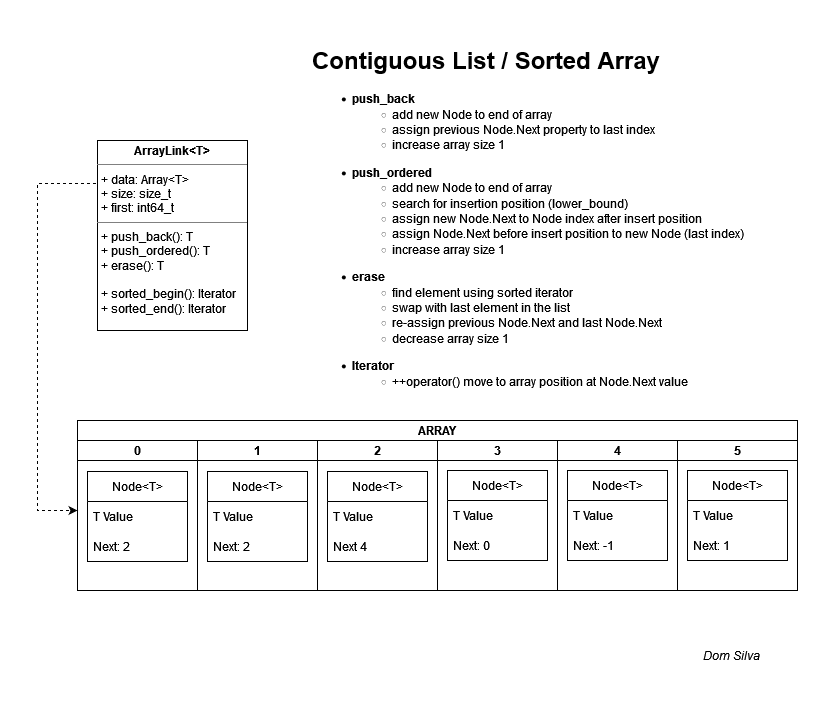
The draw.io diagram images/LinkArray.png in domGitDev/link-array, before a commit. Source tidied: cells renumbered, new cells last; positions are measured from the earlier drawing's top-left corner, leaving out a move shared by most shapes. Its diagram source:
```xml
<mxGraphModel>
  <root>
    <mxCell id="0" />
    <mxCell id="1" parent="0" />
    <mxCell id="2" value="ARRAY" style="swimlane;startSize=20;" parent="1" vertex="1">
      <mxGeometry x="40" y="380" width="720" height="170" as="geometry" />
    </mxCell>
    <mxCell id="3" value="0" style="swimlane;startSize=20;" parent="2" vertex="1">
      <mxGeometry y="20" width="120" height="150" as="geometry" />
    </mxCell>
    <mxCell id="4" value="Node&lt;T&gt;" style="swimlane;fontStyle=0;horizontal=1;startSize=30;" parent="3" vertex="1">
      <mxGeometry x="10" y="31" width="100" height="90" as="geometry" />
    </mxCell>
    <mxCell id="5" value="T Value" style="text;strokeColor=none;fillColor=none;align=left;verticalAlign=middle;spacingLeft=4;spacingRight=4;overflow=hidden;" parent="4" vertex="1">
      <mxGeometry y="30" width="100" height="30" as="geometry" />
    </mxCell>
    <mxCell id="6" value="Next: 2" style="text;strokeColor=none;fillColor=none;align=left;verticalAlign=middle;spacingLeft=4;spacingRight=4;overflow=hidden;" parent="4" vertex="1">
      <mxGeometry y="60" width="100" height="30" as="geometry" />
    </mxCell>
    <mxCell id="7" value="1" style="swimlane;startSize=20;" parent="2" vertex="1">
      <mxGeometry x="120" y="20" width="120" height="150" as="geometry" />
    </mxCell>
    <mxCell id="8" value="Node&lt;T&gt;" style="swimlane;fontStyle=0;horizontal=1;startSize=30;" parent="7" vertex="1">
      <mxGeometry x="10" y="31" width="100" height="90" as="geometry" />
    </mxCell>
    <mxCell id="9" value="T Value" style="text;strokeColor=none;fillColor=none;align=left;verticalAlign=middle;spacingLeft=4;spacingRight=4;overflow=hidden;" parent="8" vertex="1">
      <mxGeometry y="30" width="100" height="30" as="geometry" />
    </mxCell>
    <mxCell id="10" value="Next: 2" style="text;strokeColor=none;fillColor=none;align=left;verticalAlign=middle;spacingLeft=4;spacingRight=4;overflow=hidden;" parent="8" vertex="1">
      <mxGeometry y="60" width="100" height="30" as="geometry" />
    </mxCell>
    <mxCell id="11" value="2" style="swimlane;startSize=20;" parent="2" vertex="1">
      <mxGeometry x="240" y="20" width="120" height="150" as="geometry" />
    </mxCell>
    <mxCell id="12" value="Node&lt;T&gt;" style="swimlane;fontStyle=0;horizontal=1;startSize=30;" parent="11" vertex="1">
      <mxGeometry x="10" y="31" width="100" height="90" as="geometry" />
    </mxCell>
    <mxCell id="13" value="T Value" style="text;strokeColor=none;fillColor=none;align=left;verticalAlign=middle;spacingLeft=4;spacingRight=4;overflow=hidden;" parent="12" vertex="1">
      <mxGeometry y="30" width="100" height="30" as="geometry" />
    </mxCell>
    <mxCell id="14" value="Next 4" style="text;strokeColor=none;fillColor=none;align=left;verticalAlign=middle;spacingLeft=4;spacingRight=4;overflow=hidden;" parent="12" vertex="1">
      <mxGeometry y="60" width="100" height="30" as="geometry" />
    </mxCell>
    <mxCell id="15" value="3" style="swimlane;startSize=20;" parent="2" vertex="1">
      <mxGeometry x="360" y="20" width="120" height="150" as="geometry" />
    </mxCell>
    <mxCell id="16" value="Node&lt;T&gt;" style="swimlane;fontStyle=0;horizontal=1;startSize=30;" parent="15" vertex="1">
      <mxGeometry x="10" y="30" width="100" height="90" as="geometry" />
    </mxCell>
    <mxCell id="17" value="T Value" style="text;strokeColor=none;fillColor=none;align=left;verticalAlign=middle;spacingLeft=4;spacingRight=4;overflow=hidden;" parent="16" vertex="1">
      <mxGeometry y="30" width="100" height="30" as="geometry" />
    </mxCell>
    <mxCell id="18" value="Next: 0" style="text;strokeColor=none;fillColor=none;align=left;verticalAlign=middle;spacingLeft=4;spacingRight=4;overflow=hidden;" parent="16" vertex="1">
      <mxGeometry y="60" width="100" height="30" as="geometry" />
    </mxCell>
    <mxCell id="19" value="4" style="swimlane;startSize=20;" parent="2" vertex="1">
      <mxGeometry x="480" y="20" width="120" height="150" as="geometry" />
    </mxCell>
    <mxCell id="20" value="Node&lt;T&gt;" style="swimlane;fontStyle=0;horizontal=1;startSize=30;" parent="19" vertex="1">
      <mxGeometry x="10" y="30" width="100" height="90" as="geometry" />
    </mxCell>
    <mxCell id="21" value="T Value" style="text;strokeColor=none;fillColor=none;align=left;verticalAlign=middle;spacingLeft=4;spacingRight=4;overflow=hidden;" parent="20" vertex="1">
      <mxGeometry y="30" width="100" height="30" as="geometry" />
    </mxCell>
    <mxCell id="22" value="Next: -1" style="text;strokeColor=none;fillColor=none;align=left;verticalAlign=middle;spacingLeft=4;spacingRight=4;overflow=hidden;" parent="20" vertex="1">
      <mxGeometry y="60" width="100" height="30" as="geometry" />
    </mxCell>
    <mxCell id="23" value="5" style="swimlane;startSize=20;" parent="2" vertex="1">
      <mxGeometry x="600" y="20" width="120" height="150" as="geometry" />
    </mxCell>
    <mxCell id="24" value="Node&lt;T&gt;" style="swimlane;fontStyle=0;horizontal=1;startSize=30;" parent="23" vertex="1">
      <mxGeometry x="10" y="30" width="100" height="90" as="geometry" />
    </mxCell>
    <mxCell id="25" value="T Value" style="text;strokeColor=none;fillColor=none;align=left;verticalAlign=middle;spacingLeft=4;spacingRight=4;overflow=hidden;" parent="24" vertex="1">
      <mxGeometry y="30" width="100" height="30" as="geometry" />
    </mxCell>
    <mxCell id="26" value="Next: 1" style="text;strokeColor=none;fillColor=none;align=left;verticalAlign=middle;spacingLeft=4;spacingRight=4;overflow=hidden;" parent="24" vertex="1">
      <mxGeometry y="60" width="100" height="30" as="geometry" />
    </mxCell>
    <mxCell id="27" style="edgeStyle=orthogonalEdgeStyle;rounded=0;jettySize=auto;html=1;exitX=0;exitY=0.25;exitDx=0;exitDy=0;dashed=1;" parent="1" edge="1" source="28">
      <mxGeometry relative="1" as="geometry">
        <mxPoint x="40" y="470" as="targetPoint" />
        <Array as="points">
          <mxPoint x="60" y="143" />
          <mxPoint y="143" />
          <mxPoint y="470" />
        </Array>
      </mxGeometry>
    </mxCell>
    <mxCell id="28" value="&lt;p style=&quot;margin: 0px ; margin-top: 4px ; text-align: center&quot;&gt;&lt;b&gt;ArrayLink&amp;lt;T&amp;gt;&lt;br&gt;&lt;/b&gt;&lt;/p&gt;&lt;hr size=&quot;1&quot;&gt;&lt;p style=&quot;margin: 0px ; margin-left: 4px&quot;&gt;+ data: Array&amp;lt;T&amp;gt;&lt;/p&gt;&lt;p style=&quot;margin: 0px ; margin-left: 4px&quot;&gt;+ size: size_t&lt;br&gt;&lt;/p&gt;&lt;p style=&quot;margin: 0px ; margin-left: 4px&quot;&gt;+ first: int64_t&lt;br&gt;&lt;/p&gt;&lt;hr size=&quot;1&quot;&gt;&lt;p style=&quot;margin: 0px ; margin-left: 4px&quot;&gt;+ push_back(): T&lt;/p&gt;&lt;p style=&quot;margin: 0px ; margin-left: 4px&quot;&gt;+ push_ordered(): T&lt;/p&gt;&lt;p style=&quot;margin: 0px ; margin-left: 4px&quot;&gt;+ erase(): T&lt;/p&gt;&lt;p style=&quot;margin: 0px ; margin-left: 4px&quot;&gt;&lt;br&gt;&lt;/p&gt;&lt;p style=&quot;margin: 0px ; margin-left: 4px&quot;&gt;+ sorted_begin(): Iterator&lt;/p&gt;&lt;p style=&quot;margin: 0px ; margin-left: 4px&quot;&gt;+ sorted_end(): Iterator&lt;/p&gt;&lt;p style=&quot;margin: 0px ; margin-left: 4px&quot;&gt;&lt;br&gt;&lt;/p&gt;&lt;p style=&quot;margin: 0px ; margin-left: 4px&quot;&gt;&lt;br&gt;&lt;/p&gt;" style="verticalAlign=top;align=left;overflow=fill;fontSize=12;fontFamily=Helvetica;html=1;" parent="1" vertex="1">
      <mxGeometry x="60" y="100" width="150" height="190" as="geometry" />
    </mxCell>
    <mxCell id="29" value="&lt;h1&gt;Contiguous List / Sorted Array&lt;br&gt;&lt;/h1&gt;&lt;ul&gt;&lt;li&gt;&lt;b&gt;push_back &lt;/b&gt;&lt;br&gt;&lt;/li&gt;&lt;ul&gt;&lt;li&gt;add new Node to end of array&lt;/li&gt;&lt;li&gt;assign previous Node.Next property to last index&lt;/li&gt;&lt;li&gt;increase array size 1&lt;/li&gt;&lt;/ul&gt;&lt;/ul&gt;&lt;ul&gt;&lt;li&gt;&lt;b&gt;push_ordered&lt;/b&gt; &lt;br&gt;&lt;/li&gt;&lt;ul&gt;&lt;li&gt;add new Node to end of array&lt;/li&gt;&lt;li&gt;search for insertion position (lower_bound)&lt;/li&gt;&lt;li&gt;assign new Node.Next to Node index after insert position&lt;br&gt;&lt;/li&gt;&lt;li&gt;assign Node.Next before insert position to new Node (last index)&lt;/li&gt;&lt;li&gt;increase array size 1&lt;/li&gt;&lt;/ul&gt;&lt;/ul&gt;&lt;ul&gt;&lt;li&gt;&lt;b&gt;erase&lt;/b&gt;&lt;/li&gt;&lt;ul&gt;&lt;li&gt;find element using sorted iterator&lt;/li&gt;&lt;li&gt;swap with last element in the list&lt;/li&gt;&lt;li&gt;re-assign previous Node.Next and last Node.Next&lt;/li&gt;&lt;li&gt;decrease array size 1&lt;br&gt;&lt;/li&gt;&lt;/ul&gt;&lt;/ul&gt;&lt;ul&gt;&lt;li&gt;&lt;b&gt;Iterator&lt;/b&gt;&lt;/li&gt;&lt;ul&gt;&lt;li&gt;++operator() move to array position at Node.Next value&lt;br&gt;&lt;/li&gt;&lt;/ul&gt;&lt;/ul&gt;" style="text;html=1;strokeColor=none;fillColor=none;spacing=5;spacingTop=-20;whiteSpace=wrap;overflow=hidden;rounded=0;" parent="1" vertex="1">
      <mxGeometry x="270" width="490" height="350" as="geometry" />
    </mxCell>
    <mxCell id="30" value="Dom Silva" style="text;strokeColor=none;fillColor=none;align=left;verticalAlign=middle;spacingLeft=4;spacingRight=4;overflow=hidden;fontStyle=2;" parent="1" vertex="1">
      <mxGeometry x="660" y="600" width="80" height="30" as="geometry" />
    </mxCell>
  </root>
</mxGraphModel>
```
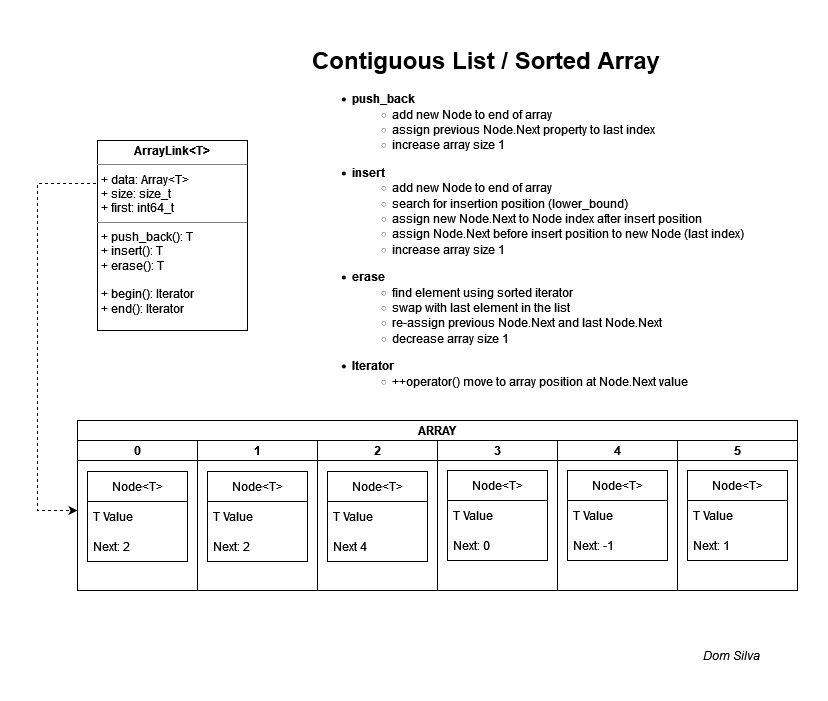
After the change.

Change to the diagram source:
```diff
@@ -87,10 +87,10 @@
         </Array>
       </mxGeometry>
     </mxCell>
-    <mxCell id="28" value="&lt;p style=&quot;margin: 0px ; margin-top: 4px ; text-align: center&quot;&gt;&lt;b&gt;ArrayLink&amp;lt;T&amp;gt;&lt;br&gt;&lt;/b&gt;&lt;/p&gt;&lt;hr size=&quot;1&quot;&gt;&lt;p style=&quot;margin: 0px ; margin-left: 4px&quot;&gt;+ data: Array&amp;lt;T&amp;gt;&lt;/p&gt;&lt;p style=&quot;margin: 0px ; margin-left: 4px&quot;&gt;+ size: size_t&lt;br&gt;&lt;/p&gt;&lt;p style=&quot;margin: 0px ; margin-left: 4px&quot;&gt;+ first: int64_t&lt;br&gt;&lt;/p&gt;&lt;hr size=&quot;1&quot;&gt;&lt;p style=&quot;margin: 0px ; margin-left: 4px&quot;&gt;+ push_back(): T&lt;/p&gt;&lt;p style=&quot;margin: 0px ; margin-left: 4px&quot;&gt;+ push_ordered(): T&lt;/p&gt;&lt;p style=&quot;margin: 0px ; margin-left: 4px&quot;&gt;+ erase(): T&lt;/p&gt;&lt;p style=&quot;margin: 0px ; margin-left: 4px&quot;&gt;&lt;br&gt;&lt;/p&gt;&lt;p style=&quot;margin: 0px ; margin-left: 4px&quot;&gt;+ sorted_begin(): Iterator&lt;/p&gt;&lt;p style=&quot;margin: 0px ; margin-left: 4px&quot;&gt;+ sorted_end(): Iterator&lt;/p&gt;&lt;p style=&quot;margin: 0px ; margin-left: 4px&quot;&gt;&lt;br&gt;&lt;/p&gt;&lt;p style=&quot;margin: 0px ; margin-left: 4px&quot;&gt;&lt;br&gt;&lt;/p&gt;" style="verticalAlign=top;align=left;overflow=fill;fontSize=12;fontFamily=Helvetica;html=1;" parent="1" vertex="1">
+    <mxCell id="28" value="&lt;p style=&quot;margin: 0px ; margin-top: 4px ; text-align: center&quot;&gt;&lt;b&gt;ArrayLink&amp;lt;T&amp;gt;&lt;br&gt;&lt;/b&gt;&lt;/p&gt;&lt;hr size=&quot;1&quot;&gt;&lt;p style=&quot;margin: 0px ; margin-left: 4px&quot;&gt;+ data: Array&amp;lt;T&amp;gt;&lt;/p&gt;&lt;p style=&quot;margin: 0px ; margin-left: 4px&quot;&gt;+ size: size_t&lt;br&gt;&lt;/p&gt;&lt;p style=&quot;margin: 0px ; margin-left: 4px&quot;&gt;+ first: int64_t&lt;br&gt;&lt;/p&gt;&lt;hr size=&quot;1&quot;&gt;&lt;p style=&quot;margin: 0px ; margin-left: 4px&quot;&gt;+ push_back(): T&lt;/p&gt;&lt;p style=&quot;margin: 0px ; margin-left: 4px&quot;&gt;+ insert(): T&lt;/p&gt;&lt;p style=&quot;margin: 0px ; margin-left: 4px&quot;&gt;+ erase(): T&lt;/p&gt;&lt;p style=&quot;margin: 0px ; margin-left: 4px&quot;&gt;&lt;br&gt;&lt;/p&gt;&lt;p style=&quot;margin: 0px ; margin-left: 4px&quot;&gt;+ begin(): Iterator&lt;/p&gt;&lt;p style=&quot;margin: 0px ; margin-left: 4px&quot;&gt;+ end(): Iterator&lt;/p&gt;&lt;p style=&quot;margin: 0px ; margin-left: 4px&quot;&gt;&lt;br&gt;&lt;/p&gt;&lt;p style=&quot;margin: 0px ; margin-left: 4px&quot;&gt;&lt;br&gt;&lt;/p&gt;" style="verticalAlign=top;align=left;overflow=fill;fontSize=12;fontFamily=Helvetica;html=1;" parent="1" vertex="1">
       <mxGeometry x="60" y="100" width="150" height="190" as="geometry" />
     </mxCell>
-    <mxCell id="29" value="&lt;h1&gt;Contiguous List / Sorted Array&lt;br&gt;&lt;/h1&gt;&lt;ul&gt;&lt;li&gt;&lt;b&gt;push_back &lt;/b&gt;&lt;br&gt;&lt;/li&gt;&lt;ul&gt;&lt;li&gt;add new Node to end of array&lt;/li&gt;&lt;li&gt;assign previous Node.Next property to last index&lt;/li&gt;&lt;li&gt;increase array size 1&lt;/li&gt;&lt;/ul&gt;&lt;/ul&gt;&lt;ul&gt;&lt;li&gt;&lt;b&gt;push_ordered&lt;/b&gt; &lt;br&gt;&lt;/li&gt;&lt;ul&gt;&lt;li&gt;add new Node to end of array&lt;/li&gt;&lt;li&gt;search for insertion position (lower_bound)&lt;/li&gt;&lt;li&gt;assign new Node.Next to Node index after insert position&lt;br&gt;&lt;/li&gt;&lt;li&gt;assign Node.Next before insert position to new Node (last index)&lt;/li&gt;&lt;li&gt;increase array size 1&lt;/li&gt;&lt;/ul&gt;&lt;/ul&gt;&lt;ul&gt;&lt;li&gt;&lt;b&gt;erase&lt;/b&gt;&lt;/li&gt;&lt;ul&gt;&lt;li&gt;find element using sorted iterator&lt;/li&gt;&lt;li&gt;swap with last element in the list&lt;/li&gt;&lt;li&gt;re-assign previous Node.Next and last Node.Next&lt;/li&gt;&lt;li&gt;decrease array size 1&lt;br&gt;&lt;/li&gt;&lt;/ul&gt;&lt;/ul&gt;&lt;ul&gt;&lt;li&gt;&lt;b&gt;Iterator&lt;/b&gt;&lt;/li&gt;&lt;ul&gt;&lt;li&gt;++operator() move to array position at Node.Next value&lt;br&gt;&lt;/li&gt;&lt;/ul&gt;&lt;/ul&gt;" style="text;html=1;strokeColor=none;fillColor=none;spacing=5;spacingTop=-20;whiteSpace=wrap;overflow=hidden;rounded=0;" parent="1" vertex="1">
+    <mxCell id="29" value="&lt;h1&gt;Contiguous List / Sorted Array&lt;br&gt;&lt;/h1&gt;&lt;ul&gt;&lt;li&gt;&lt;b&gt;push_back &lt;/b&gt;&lt;br&gt;&lt;/li&gt;&lt;ul&gt;&lt;li&gt;add new Node to end of array&lt;/li&gt;&lt;li&gt;assign previous Node.Next property to last index&lt;/li&gt;&lt;li&gt;increase array size 1&lt;/li&gt;&lt;/ul&gt;&lt;/ul&gt;&lt;ul&gt;&lt;li&gt;&lt;b&gt;insert&lt;/b&gt; &lt;br&gt;&lt;/li&gt;&lt;ul&gt;&lt;li&gt;add new Node to end of array&lt;/li&gt;&lt;li&gt;search for insertion position (lower_bound)&lt;/li&gt;&lt;li&gt;assign new Node.Next to Node index after insert position&lt;br&gt;&lt;/li&gt;&lt;li&gt;assign Node.Next before insert position to new Node (last index)&lt;/li&gt;&lt;li&gt;increase array size 1&lt;/li&gt;&lt;/ul&gt;&lt;/ul&gt;&lt;ul&gt;&lt;li&gt;&lt;b&gt;erase&lt;/b&gt;&lt;/li&gt;&lt;ul&gt;&lt;li&gt;find element using sorted iterator&lt;/li&gt;&lt;li&gt;swap with last element in the list&lt;/li&gt;&lt;li&gt;re-assign previous Node.Next and last Node.Next&lt;/li&gt;&lt;li&gt;decrease array size 1&lt;br&gt;&lt;/li&gt;&lt;/ul&gt;&lt;/ul&gt;&lt;ul&gt;&lt;li&gt;&lt;b&gt;Iterator&lt;/b&gt;&lt;/li&gt;&lt;ul&gt;&lt;li&gt;++operator() move to array position at Node.Next value&lt;br&gt;&lt;/li&gt;&lt;/ul&gt;&lt;/ul&gt;" style="text;html=1;strokeColor=none;fillColor=none;spacing=5;spacingTop=-20;whiteSpace=wrap;overflow=hidden;rounded=0;" parent="1" vertex="1">
       <mxGeometry x="270" width="490" height="350" as="geometry" />
     </mxCell>
     <mxCell id="30" value="Dom Silva" style="text;strokeColor=none;fillColor=none;align=left;verticalAlign=middle;spacingLeft=4;spacingRight=4;overflow=hidden;fontStyle=2;" parent="1" vertex="1">
```
